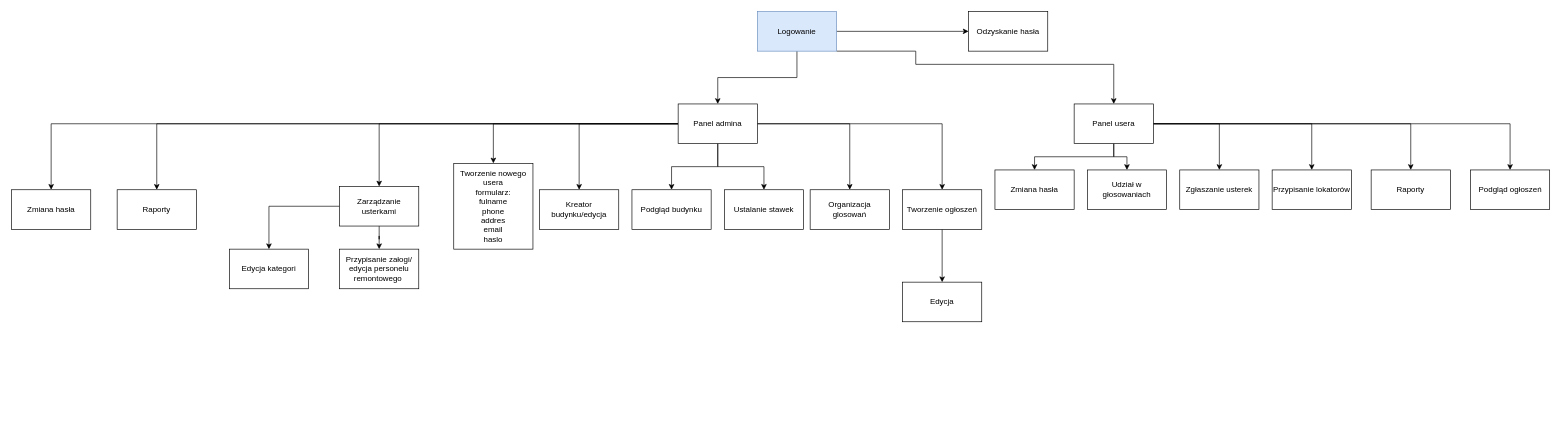
Above: dok/site_flow.drawio in Mati-IR/my-neighborhood (draw.io), before the change. Source tidied: cells renumbered, new cells numbered last; positions are measured from the earlier drawing's top-left corner, leaving out a move shared by most shapes. Both pictures are drawn from the tidied source at 66%, with x=0, y=0 at pixel (11, 11).
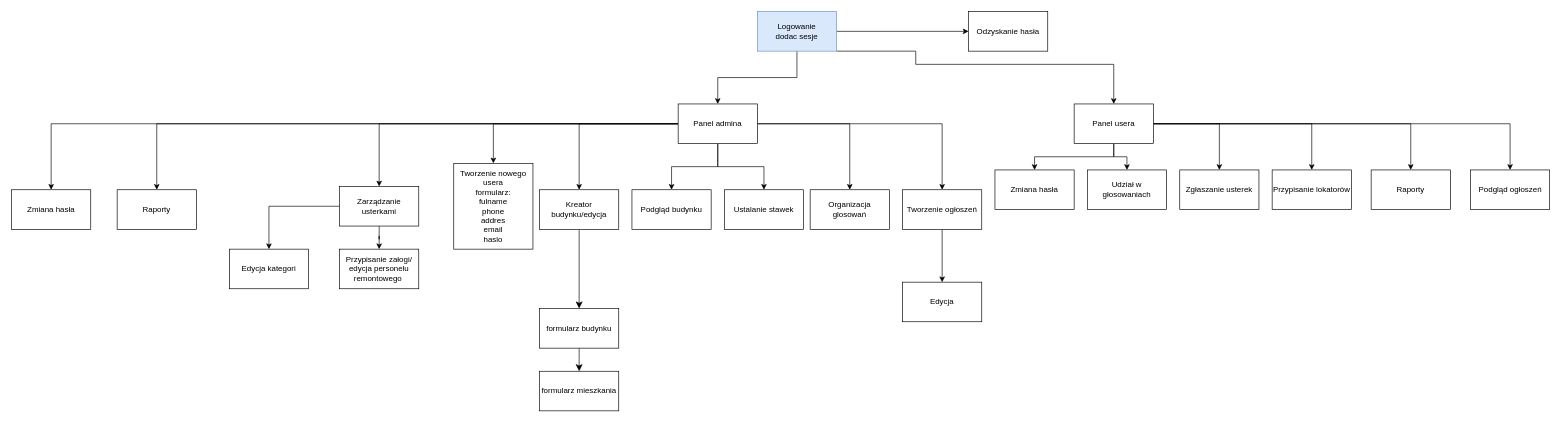
After the change.

The change refers to these unchanged cells:
```xml
<mxCell id="25" value="Kreator budynku/edycja" style="whiteSpace=wrap;html=1;rounded=0;" parent="1" vertex="1">
  <mxGeometry x="800" y="270" width="120" height="60" as="geometry" />
</mxCell>
```

Diff of the diagram source:
```diff
@@
-    <mxCell id="5" value="Logowanie" style="rounded=0;whiteSpace=wrap;html=1;fillColor=#dae8fc;strokeColor=#6c8ebf;" parent="1" vertex="1">
+    <mxCell id="5" value="Logowanie&lt;br&gt;dodac sesje" style="rounded=0;whiteSpace=wrap;html=1;fillColor=#dae8fc;strokeColor=#6c8ebf;" parent="1" vertex="1">
       <mxGeometry x="1130" width="120" height="60" as="geometry" />
     </mxCell>
@@
+    <mxCell id="45" style="edgeStyle=none;curved=1;rounded=0;jettySize=auto;html=1;fontSize=12;startSize=8;endSize=8;" parent="1" edge="1" source="25" target="47">
+      <mxGeometry relative="1" as="geometry" />
+    </mxCell>
@@
+    <mxCell id="46" style="edgeStyle=none;curved=1;rounded=0;jettySize=auto;html=1;fontSize=12;startSize=8;endSize=8;" parent="1" edge="1" source="47" target="48">
+      <mxGeometry relative="1" as="geometry" />
+    </mxCell>
+    <mxCell id="47" value="formularz budynku" style="whiteSpace=wrap;html=1;rounded=0;" parent="1" vertex="1">
+      <mxGeometry x="800" y="450" width="120" height="60" as="geometry" />
+    </mxCell>
+    <mxCell id="48" value="formularz mieszkania" style="whiteSpace=wrap;html=1;rounded=0;" parent="1" vertex="1">
+      <mxGeometry x="800" y="545" width="120" height="60" as="geometry" />
+    </mxCell>
```
